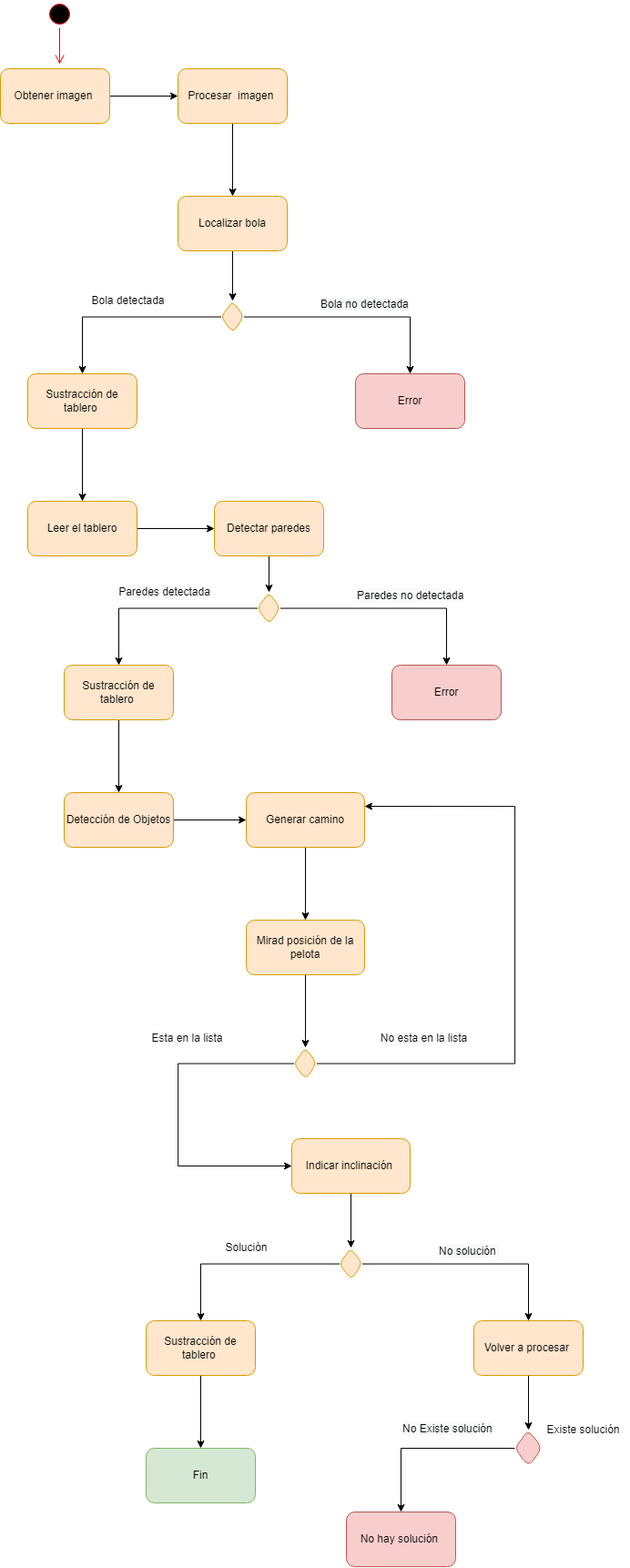
Before: docs/diagrams/spr3-diag-flujo.drawio.png, a diagram exported from draw.io (VictorBoschPueyo/Ball-bot). Source tidied: cells renumbered, new cells last; positions are measured from the earlier drawing's top-left corner, leaving out a move shared by most shapes.
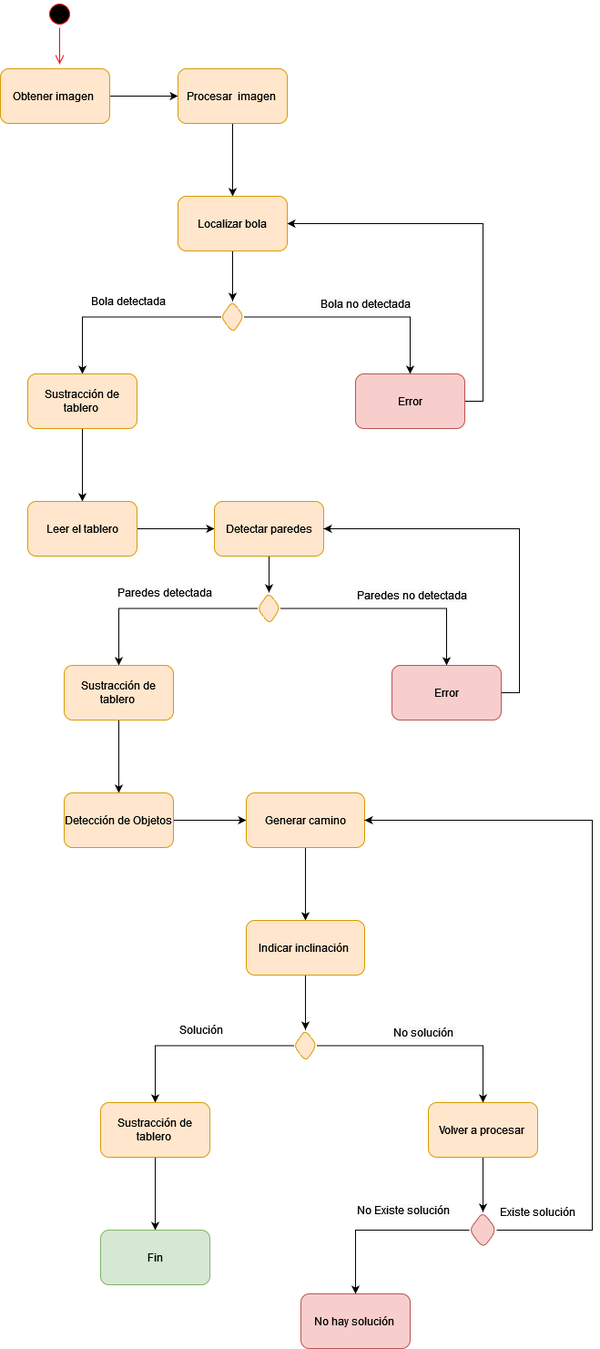
After the change.

Commit message:
Cambios del diagrama [UPDATE]

The edit, as a diff of the source:
```diff
@@ -39,6 +39,14 @@
     <mxCell id="12" value="Sustracción de tablero&amp;nbsp;" style="whiteSpace=wrap;html=1;fillColor=#ffe6cc;strokeColor=#d79b00;rounded=1;" parent="1" vertex="1">
       <mxGeometry x="30" y="410" width="120" height="60" as="geometry" />
     </mxCell>
+    <mxCell id="58" style="edgeStyle=orthogonalEdgeStyle;rounded=0;jettySize=auto;html=1;entryX=1;entryY=0.5;entryDx=0;entryDy=0;" parent="1" edge="1" source="13" target="15">
+      <mxGeometry relative="1" as="geometry">
+        <Array as="points">
+          <mxPoint x="530" y="440" />
+          <mxPoint x="530" y="245" />
+        </Array>
+      </mxGeometry>
+    </mxCell>
     <mxCell id="13" value="Error" style="whiteSpace=wrap;html=1;fillColor=#f8cecc;strokeColor=#b85450;rounded=1;" parent="1" vertex="1">
       <mxGeometry x="390" y="410" width="120" height="60" as="geometry" />
     </mxCell>
@@ -81,6 +89,14 @@
     <mxCell id="26" value="Sustracción de tablero&amp;nbsp;" style="whiteSpace=wrap;html=1;fillColor=#ffe6cc;strokeColor=#d79b00;rounded=1;" parent="1" vertex="1">
       <mxGeometry x="70" y="730" width="120" height="60" as="geometry" />
     </mxCell>
+    <mxCell id="59" style="edgeStyle=orthogonalEdgeStyle;rounded=0;jettySize=auto;html=1;entryX=1;entryY=0.5;entryDx=0;entryDy=0;" parent="1" edge="1" source="27" target="21">
+      <mxGeometry relative="1" as="geometry">
+        <Array as="points">
+          <mxPoint x="570" y="760" />
+          <mxPoint x="570" y="580" />
+        </Array>
+      </mxGeometry>
+    </mxCell>
     <mxCell id="27" value="Error" style="whiteSpace=wrap;html=1;fillColor=#f8cecc;strokeColor=#b85450;rounded=1;" parent="1" vertex="1">
       <mxGeometry x="430" y="730" width="120" height="60" as="geometry" />
     </mxCell>
@@ -96,9 +112,9 @@
     <mxCell id="31" value="Detección de Objetos" style="whiteSpace=wrap;html=1;fillColor=#ffe6cc;strokeColor=#d79b00;rounded=1;" parent="1" vertex="1">
       <mxGeometry x="70" y="870" width="120" height="60" as="geometry" />
     </mxCell>
-    <mxCell id="32" style="edgeStyle=orthogonalEdgeStyle;rounded=0;jettySize=auto;html=1;" parent="1" edge="1" source="33" target="52">
-      <mxGeometry relative="1" as="geometry" />
-    </mxCell>
+    <mxCell id="60" style="edgeStyle=orthogonalEdgeStyle;rounded=0;jettySize=auto;html=1;" parent="1" edge="1" source="33" target="35">
+      <mxGeometry relative="1" as="geometry" />
+    </mxCell>
     <mxCell id="33" value="Generar camino" style="whiteSpace=wrap;html=1;fillColor=#ffe6cc;strokeColor=#d79b00;rounded=1;" parent="1" vertex="1">
       <mxGeometry x="270" y="870" width="130" height="60" as="geometry" />
     </mxCell>
@@ -106,7 +122,7 @@
       <mxGeometry relative="1" as="geometry" />
     </mxCell>
     <mxCell id="35" value="Indicar inclinación&amp;nbsp;" style="whiteSpace=wrap;html=1;fillColor=#ffe6cc;strokeColor=#d79b00;rounded=1;" parent="1" vertex="1">
-      <mxGeometry x="320" y="1250" width="130" height="60" as="geometry" />
+      <mxGeometry x="270" y="1010" width="130" height="60" as="geometry" />
     </mxCell>
     <mxCell id="36" style="edgeStyle=orthogonalEdgeStyle;rounded=0;jettySize=auto;html=1;" parent="1" edge="1" source="38" target="40">
       <mxGeometry relative="1" as="geometry" />
@@ -115,74 +131,51 @@
       <mxGeometry relative="1" as="geometry" />
     </mxCell>
     <mxCell id="38" style="rhombus;whiteSpace=wrap;html=1;fillColor=#ffe6cc;strokeColor=#d79b00;rounded=1;" parent="1" vertex="1">
-      <mxGeometry x="372.5" y="1370" width="25" height="35" as="geometry" />
+      <mxGeometry x="322.5" y="1130" width="25" height="35" as="geometry" />
     </mxCell>
     <mxCell id="39" style="edgeStyle=orthogonalEdgeStyle;rounded=0;jettySize=auto;html=1;" parent="1" edge="1" source="40" target="50">
       <mxGeometry relative="1" as="geometry" />
     </mxCell>
     <mxCell id="40" value="Sustracción de tablero&amp;nbsp;" style="whiteSpace=wrap;html=1;fillColor=#ffe6cc;strokeColor=#d79b00;rounded=1;" parent="1" vertex="1">
-      <mxGeometry x="160" y="1450" width="120" height="60" as="geometry" />
+      <mxGeometry x="110" y="1210" width="120" height="60" as="geometry" />
     </mxCell>
     <mxCell id="41" style="edgeStyle=orthogonalEdgeStyle;rounded=0;jettySize=auto;html=1;" parent="1" edge="1" source="42" target="46">
       <mxGeometry relative="1" as="geometry" />
     </mxCell>
     <mxCell id="42" value="Volver a procesar&amp;nbsp;" style="whiteSpace=wrap;html=1;fillColor=#ffe6cc;strokeColor=#d79b00;rounded=1;" parent="1" vertex="1">
-      <mxGeometry x="520" y="1450" width="120" height="60" as="geometry" />
+      <mxGeometry x="470" y="1210" width="120" height="60" as="geometry" />
     </mxCell>
     <mxCell id="43" value="Solución" style="text;html=1;align=center;verticalAlign=middle;strokeColor=none;fillColor=none;" parent="1" vertex="1">
-      <mxGeometry x="240" y="1360" width="60" height="20" as="geometry" />
+      <mxGeometry x="190" y="1120" width="60" height="20" as="geometry" />
     </mxCell>
     <mxCell id="44" value="&lt;span style=&quot;color: rgb(0 , 0 , 0) ; font-family: &amp;#34;helvetica&amp;#34; ; font-size: 12px ; font-style: normal ; font-weight: 400 ; letter-spacing: normal ; text-align: center ; text-indent: 0px ; text-transform: none ; word-spacing: 0px ; background-color: rgb(248 , 249 , 250) ; display: inline ; float: none&quot;&gt;No solución&amp;nbsp;&lt;/span&gt;" style="text;whiteSpace=wrap;html=1;" parent="1" vertex="1">
-      <mxGeometry x="480" y="1360" width="130" height="30" as="geometry" />
+      <mxGeometry x="430" y="1120" width="130" height="30" as="geometry" />
     </mxCell>
     <mxCell id="45" style="edgeStyle=orthogonalEdgeStyle;rounded=0;jettySize=auto;html=1;" parent="1" edge="1" source="46" target="47">
       <mxGeometry relative="1" as="geometry" />
     </mxCell>
+    <mxCell id="61" style="edgeStyle=orthogonalEdgeStyle;rounded=0;jettySize=auto;html=1;entryX=1;entryY=0.5;entryDx=0;entryDy=0;" parent="1" edge="1" source="46" target="33">
+      <mxGeometry relative="1" as="geometry">
+        <Array as="points">
+          <mxPoint x="650" y="1350" />
+          <mxPoint x="650" y="900" />
+        </Array>
+      </mxGeometry>
+    </mxCell>
     <mxCell id="46" style="rhombus;whiteSpace=wrap;html=1;fillColor=#f8cecc;strokeColor=#b85450;rounded=1;" parent="1" vertex="1">
-      <mxGeometry x="565" y="1570" width="30" height="40" as="geometry" />
+      <mxGeometry x="515" y="1330" width="30" height="40" as="geometry" />
     </mxCell>
     <mxCell id="47" value="No hay solución&amp;nbsp;" style="whiteSpace=wrap;html=1;fillColor=#f8cecc;strokeColor=#b85450;rounded=1;" parent="1" vertex="1">
-      <mxGeometry x="380" y="1660" width="120" height="60" as="geometry" />
+      <mxGeometry x="330" y="1420" width="120" height="60" as="geometry" />
     </mxCell>
     <mxCell id="48" value="Existe solución" style="text;html=1;align=center;verticalAlign=middle;strokeColor=none;fillColor=none;" parent="1" vertex="1">
-      <mxGeometry x="590" y="1560" width="100" height="20" as="geometry" />
+      <mxGeometry x="540" y="1320" width="100" height="20" as="geometry" />
     </mxCell>
     <mxCell id="49" value="&lt;span style=&quot;color: rgb(0 , 0 , 0) ; font-family: &amp;#34;helvetica&amp;#34; ; font-size: 12px ; font-style: normal ; font-weight: 400 ; letter-spacing: normal ; text-align: center ; text-indent: 0px ; text-transform: none ; word-spacing: 0px ; background-color: rgb(248 , 249 , 250) ; display: inline ; float: none&quot;&gt;No Existe solución&lt;/span&gt;" style="text;whiteSpace=wrap;html=1;" parent="1" vertex="1">
-      <mxGeometry x="440" y="1555" width="110" height="30" as="geometry" />
+      <mxGeometry x="390" y="1315" width="110" height="30" as="geometry" />
     </mxCell>
     <mxCell id="50" value="Fin" style="whiteSpace=wrap;html=1;fillColor=#d5e8d4;strokeColor=#82b366;rounded=1;" parent="1" vertex="1">
-      <mxGeometry x="160" y="1590" width="120" height="60" as="geometry" />
+      <mxGeometry x="110" y="1350" width="120" height="60" as="geometry" />
     </mxCell>
-    <mxCell id="51" style="edgeStyle=orthogonalEdgeStyle;rounded=0;jettySize=auto;html=1;" parent="1" edge="1" source="52" target="55">
-      <mxGeometry relative="1" as="geometry" />
-    </mxCell>
-    <mxCell id="52" value="&lt;div&gt;Mirad posición de la pelota&lt;/div&gt;" style="whiteSpace=wrap;html=1;fillColor=#ffe6cc;strokeColor=#d79b00;rounded=1;" parent="1" vertex="1">
-      <mxGeometry x="270" y="1010" width="130" height="60" as="geometry" />
-    </mxCell>
-    <mxCell id="53" style="edgeStyle=orthogonalEdgeStyle;rounded=0;jettySize=auto;html=1;entryX=1;entryY=0.25;entryDx=0;entryDy=0;" parent="1" edge="1" source="55" target="33">
-      <mxGeometry relative="1" as="geometry">
-        <Array as="points">
-          <mxPoint x="565" y="1167" />
-          <mxPoint x="565" y="885" />
-        </Array>
-      </mxGeometry>
-    </mxCell>
-    <mxCell id="54" style="edgeStyle=orthogonalEdgeStyle;rounded=0;jettySize=auto;html=1;entryX=0;entryY=0.5;entryDx=0;entryDy=0;" parent="1" edge="1" source="55" target="35">
-      <mxGeometry relative="1" as="geometry">
-        <Array as="points">
-          <mxPoint x="195" y="1167" />
-          <mxPoint x="195" y="1280" />
-        </Array>
-      </mxGeometry>
-    </mxCell>
-    <mxCell id="55" style="rhombus;whiteSpace=wrap;html=1;fillColor=#ffe6cc;strokeColor=#d79b00;rounded=1;" parent="1" vertex="1">
-      <mxGeometry x="322.5" y="1150" width="25" height="35" as="geometry" />
-    </mxCell>
-    <mxCell id="56" value="Esta en la lista" style="text;html=1;align=center;verticalAlign=middle;strokeColor=none;fillColor=none;" parent="1" vertex="1">
-      <mxGeometry x="160" y="1130" width="90" height="20" as="geometry" />
-    </mxCell>
-    <mxCell id="57" value="No esta en la lista" style="text;html=1;align=center;verticalAlign=middle;strokeColor=none;fillColor=none;" parent="1" vertex="1">
-      <mxGeometry x="410" y="1130" width="110" height="20" as="geometry" />
-    </mxCell>
   </root>
 </mxGraphModel>
```
